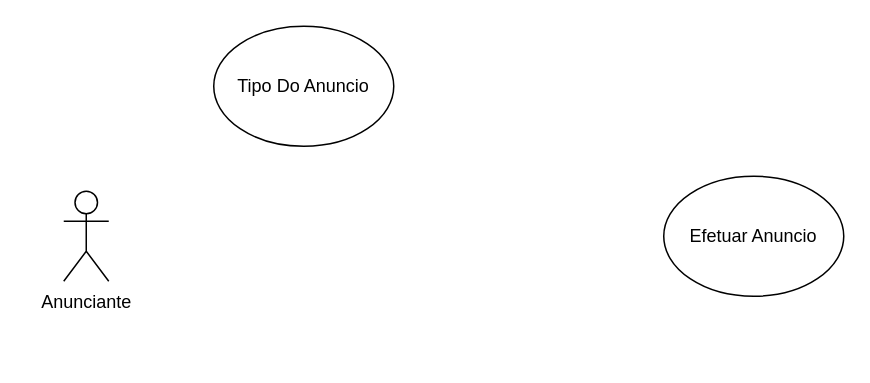
This is SetimaTarefa.drawio from ArcanjoDaGuarda/AnjoProjetos, a draw.io file, before an edit. Source tidied: cells renumbered, new cells numbered last; positions are measured from the earlier drawing's top-left corner, leaving out a move shared by most shapes. Both pictures are drawn from the tidied source at 150%, with x=0, y=0 at pixel (63, 26).
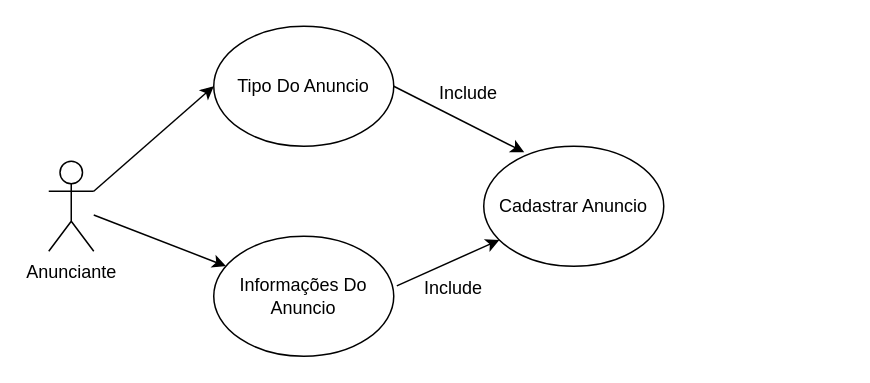
Above is the later version.

What changed in the source:
```diff
@@
 <mxGraphModel>
   <root>
     <mxCell id="0" />
     <mxCell id="1" parent="0" />
     <mxCell id="2" value="Anunciante" style="shape=umlActor;verticalLabelPosition=bottom;verticalAlign=top;html=1;outlineConnect=0;" parent="1" vertex="1">
-      <mxGeometry y="110" width="30" height="60" as="geometry" />
+      <mxGeometry x="-10" y="90" width="30" height="60" as="geometry" />
     </mxCell>
-    <mxCell id="3" value="Efetuar Anuncio" style="ellipse;whiteSpace=wrap;html=1;" parent="1" vertex="1">
-      <mxGeometry x="400" y="100" width="120" height="80" as="geometry" />
+    <mxCell id="3" value="Cadastrar Anuncio" style="ellipse;whiteSpace=wrap;html=1;" parent="1" vertex="1">
+      <mxGeometry x="280" y="80" width="120" height="80" as="geometry" />
     </mxCell>
     <mxCell id="4" value="Tipo Do Anuncio" style="ellipse;whiteSpace=wrap;html=1;" parent="1" vertex="1">
       <mxGeometry x="100" width="120" height="80" as="geometry" />
     </mxCell>
+    <mxCell id="5" value="Informações Do Anuncio" style="ellipse;whiteSpace=wrap;html=1;" parent="1" vertex="1">
+      <mxGeometry x="100" y="140" width="120" height="80" as="geometry" />
+    </mxCell>
+    <mxCell id="6" style="endArrow=classic;html=1;rounded=0;" parent="1" edge="1" source="2" target="5">
+      <mxGeometry relative="1" as="geometry" />
+    </mxCell>
+    <mxCell id="7" style="endArrow=classic;html=1;rounded=0;exitX=1;exitY=0.3333333333333333;exitDx=0;exitDy=0;exitPerimeter=0;entryX=0;entryY=0.5;entryDx=0;entryDy=0;" parent="1" edge="1" source="2" target="4">
+      <mxGeometry relative="1" as="geometry" />
+    </mxCell>
+    <mxCell id="8" style="endArrow=classic;html=1;rounded=0;exitX=1.017;exitY=0.413;exitDx=0;exitDy=0;exitPerimeter=0;" parent="1" edge="1" source="5" target="3">
+      <mxGeometry relative="1" as="geometry" />
+    </mxCell>
+    <mxCell id="9" style="endArrow=classic;html=1;rounded=0;exitX=1;exitY=0.5;exitDx=0;exitDy=0;entryX=0.225;entryY=0.05;entryDx=0;entryDy=0;entryPerimeter=0;" parent="1" edge="1" source="4" target="3">
+      <mxGeometry relative="1" as="geometry" />
+    </mxCell>
+    <mxCell id="10" value="Include" style="text;html=1;strokeColor=none;fillColor=none;align=center;verticalAlign=middle;whiteSpace=wrap;rounded=0;" parent="1" vertex="1">
+      <mxGeometry x="240" y="30" width="60" height="30" as="geometry" />
+    </mxCell>
+    <mxCell id="11" value="Include" style="text;html=1;strokeColor=none;fillColor=none;align=center;verticalAlign=middle;whiteSpace=wrap;rounded=0;" parent="1" vertex="1">
+      <mxGeometry x="230" y="160" width="60" height="30" as="geometry" />
+    </mxCell>
   </root>
 </mxGraphModel>
```
